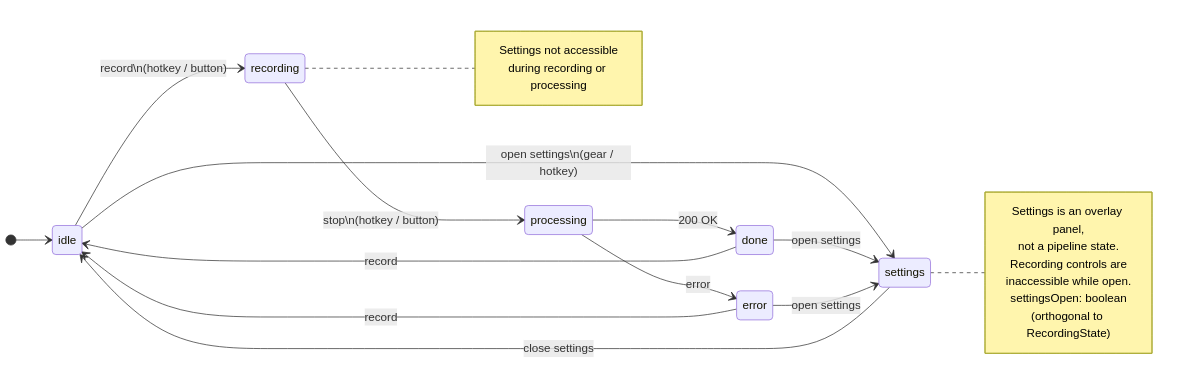
The Mermaid diagram docs/v2/presentation/images/state-machine.png in JohnYanez95/voice-scribe, before a commit. Its source is kept beside it as docs/diagrams/state-machine.mmd.
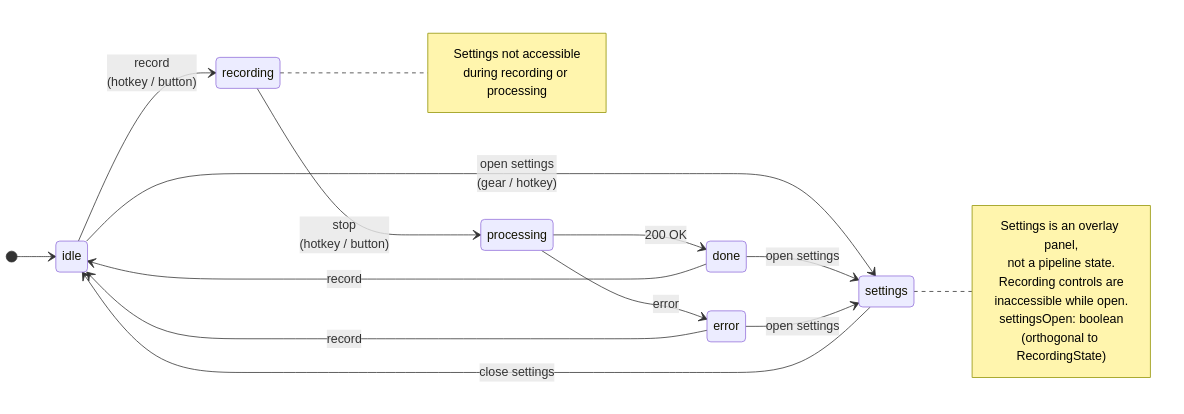
The same file after the commit.

Commit message:
Fix Mermaid line breaks in state machine diagram

Use <br/> instead of \n for transition label line breaks.
\n renders literally in Mermaid output.

Diff of the diagram source:
```diff
@@ -3,15 +3,15 @@
 
     [*] --> idle
 
-    idle --> recording : record\n(hotkey / button)
-    recording --> processing : stop\n(hotkey / button)
+    idle --> recording : record<br/>(hotkey / button)
+    recording --> processing : stop<br/>(hotkey / button)
     processing --> done : 200 OK
     processing --> error : error
 
     done --> idle : record
     error --> idle : record
 
-    idle --> settings : open settings\n(gear / hotkey)
+    idle --> settings : open settings<br/>(gear / hotkey)
     done --> settings : open settings
     error --> settings : open settings
     settings --> idle : close settings
```
